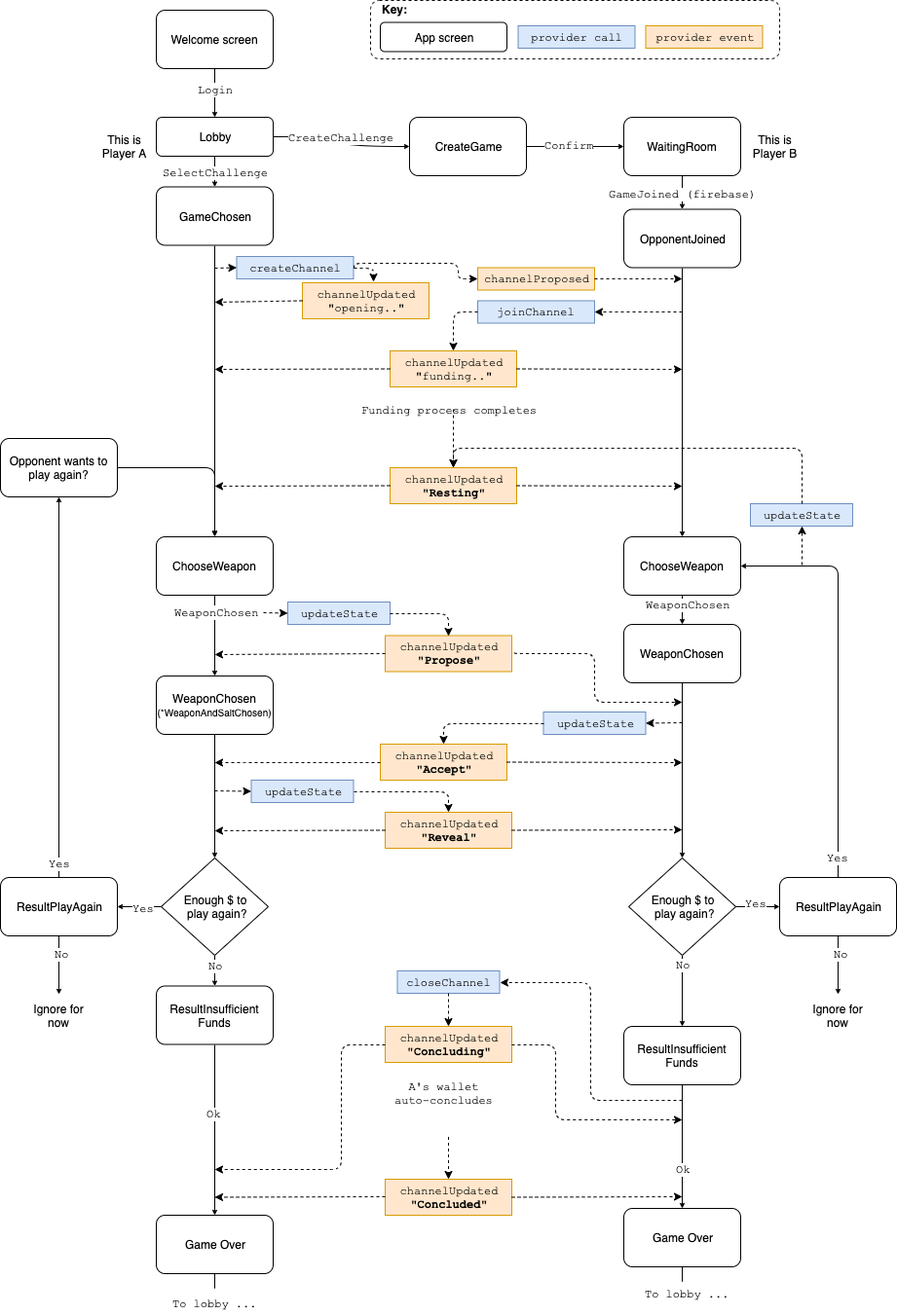
Above: packages/rps/notes/user-workflows-new-api.png in statechannels/statechannels (draw.io), before the change. Source tidied: cells renumbered, new cells last; positions are measured from the earlier drawing's top-left corner, leaving out a move shared by most shapes.
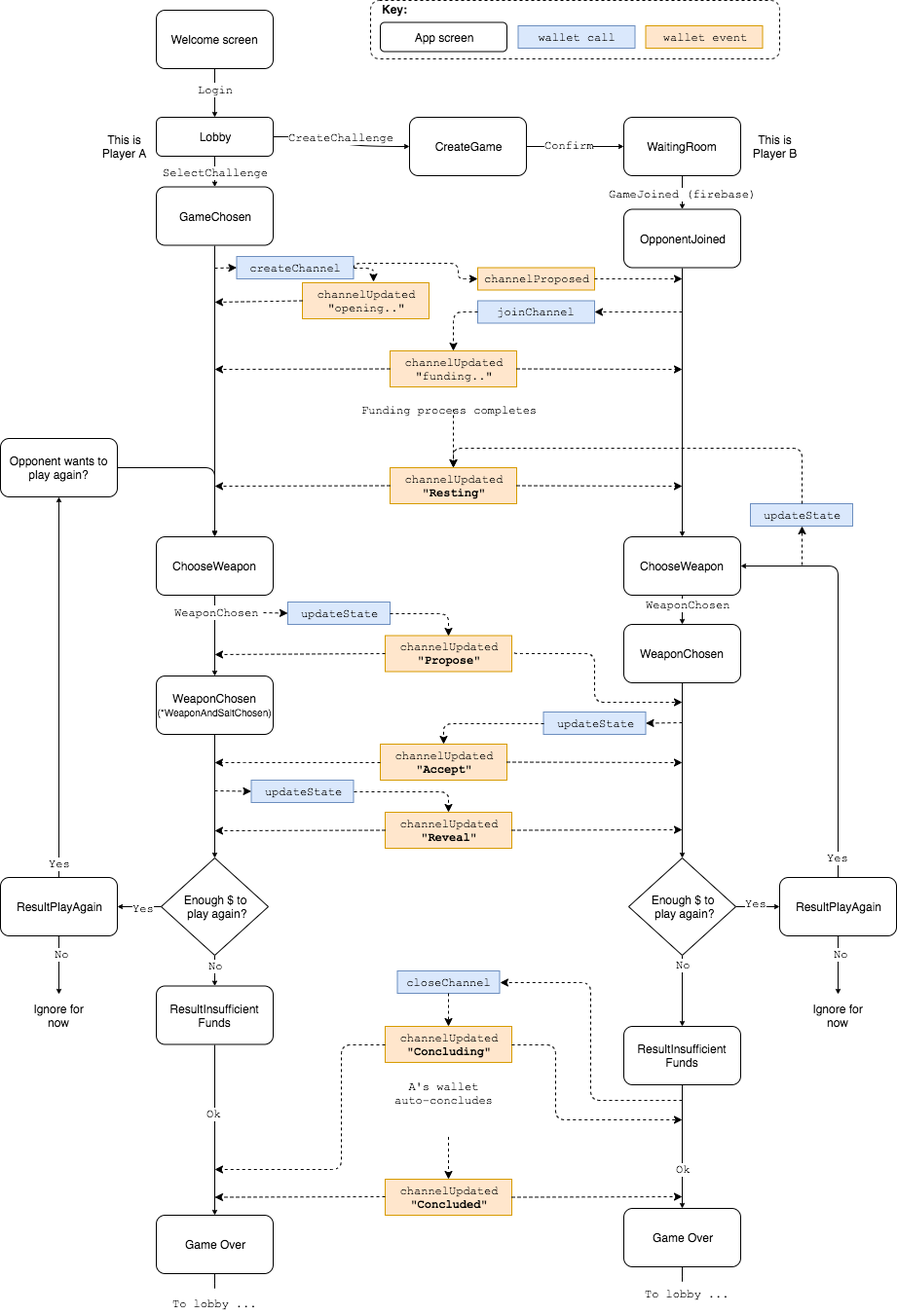
After the change.

Diff of the diagram source:
```diff
@@ -231,10 +231,10 @@
     <mxCell id="68" value="channelProposed" style="rounded=0;whiteSpace=wrap;html=1;fontFamily=Courier New;fillColor=#ffe6cc;strokeColor=#d79b00;" parent="1" vertex="1">
       <mxGeometry x="490" y="274.5" width="120" height="23" as="geometry" />
     </mxCell>
-    <mxCell id="69" value="provider call" style="rounded=0;whiteSpace=wrap;html=1;fontFamily=Courier New;fillColor=#dae8fc;strokeColor=#6c8ebf;" parent="1" vertex="1">
+    <mxCell id="69" value="wallet call" style="rounded=0;whiteSpace=wrap;html=1;fontFamily=Courier New;fillColor=#dae8fc;strokeColor=#6c8ebf;" parent="1" vertex="1">
       <mxGeometry x="531.5" y="26" width="120" height="23" as="geometry" />
     </mxCell>
-    <mxCell id="70" value="provider event" style="rounded=0;whiteSpace=wrap;html=1;fontFamily=Courier New;fillColor=#ffe6cc;strokeColor=#d79b00;" parent="1" vertex="1">
+    <mxCell id="70" value="wallet event" style="rounded=0;whiteSpace=wrap;html=1;fontFamily=Courier New;fillColor=#ffe6cc;strokeColor=#d79b00;" parent="1" vertex="1">
       <mxGeometry x="662.5" y="26" width="120" height="23" as="geometry" />
     </mxCell>
     <mxCell id="71" style="endArrow=classic;dashed=1;html=1;strokeColor=#000000;strokeWidth=1;fontFamily=Courier New;endFill=1;entryX=0;entryY=0.5;entryDx=0;entryDy=0;" parent="1" edge="1" target="67">
```
